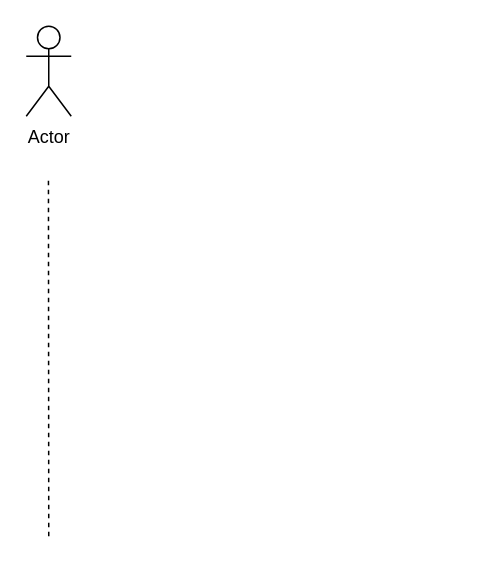
iFence/aspirin-parent keeps this draw.io diagram as flinkx/未命名绘图.drawio. Above is the earlier version. Source tidied: cells renumbered, new cells numbered last; positions are measured from the earlier drawing's top-left corner, leaving out a move shared by most shapes. Both pictures are drawn from the tidied source at 150%, with x=0, y=0 at pixel (26, 26).
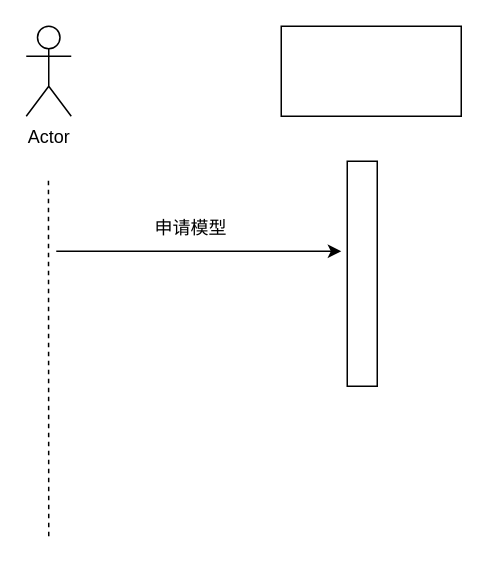
The same diagram, later.

Commit message:
更新未命名绘图.drawio

What changed in the source:
```diff
@@
 <mxGraphModel>
   <root>
     <mxCell id="0" />
     <mxCell id="1" parent="0" />
     <mxCell id="2" value="Actor" style="shape=umlActor;verticalLabelPosition=bottom;verticalAlign=top;html=1;" parent="1" vertex="1">
       <mxGeometry width="30" height="60" as="geometry" />
     </mxCell>
     <mxCell id="3" style="endArrow=none;dashed=1;html=1;rounded=0;" parent="1" edge="1">
       <mxGeometry relative="1" as="geometry">
         <mxPoint x="15" y="340" as="sourcePoint" />
         <mxPoint x="14.8" y="100" as="targetPoint" />
       </mxGeometry>
     </mxCell>
+    <mxCell id="4" style="rounded=0;whiteSpace=wrap;html=1;" parent="1" vertex="1">
+      <mxGeometry x="170" width="120" height="60" as="geometry" />
+    </mxCell>
+    <mxCell id="5" style="rounded=0;whiteSpace=wrap;html=1;" parent="1" vertex="1">
+      <mxGeometry x="214" y="90" width="20" height="150" as="geometry" />
+    </mxCell>
+    <mxCell id="6" style="endArrow=classic;html=1;rounded=0;" parent="1" edge="1">
+      <mxGeometry relative="1" as="geometry">
+        <mxPoint x="20" y="150" as="sourcePoint" />
+        <mxPoint x="210" y="150" as="targetPoint" />
+      </mxGeometry>
+    </mxCell>
+    <mxCell id="7" value="申请模型" style="text;html=1;whiteSpace=wrap;strokeColor=none;fillColor=none;align=center;verticalAlign=middle;rounded=0;" parent="1" vertex="1">
+      <mxGeometry x="80" y="120" width="60" height="30" as="geometry" />
+    </mxCell>
   </root>
 </mxGraphModel>
```
